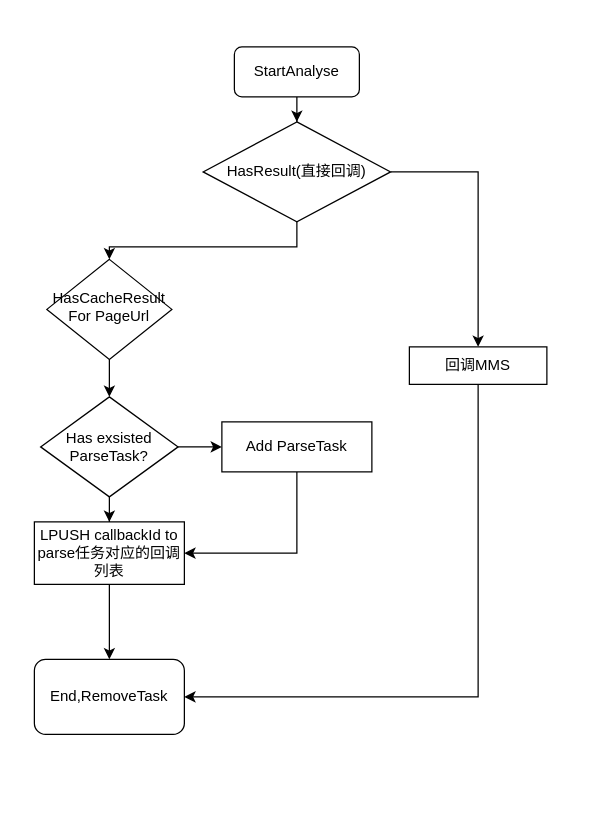
Before: diagrams.net/Untitled Diagram.drawio in huhm/assets, a draw.io diagram. Source tidied: cells renumbered, new cells numbered last; positions are measured from the earlier drawing's top-left corner, leaving out a move shared by most shapes. Both pictures are drawn from the tidied source at 125%, with x=0, y=0 at pixel (34, 46).
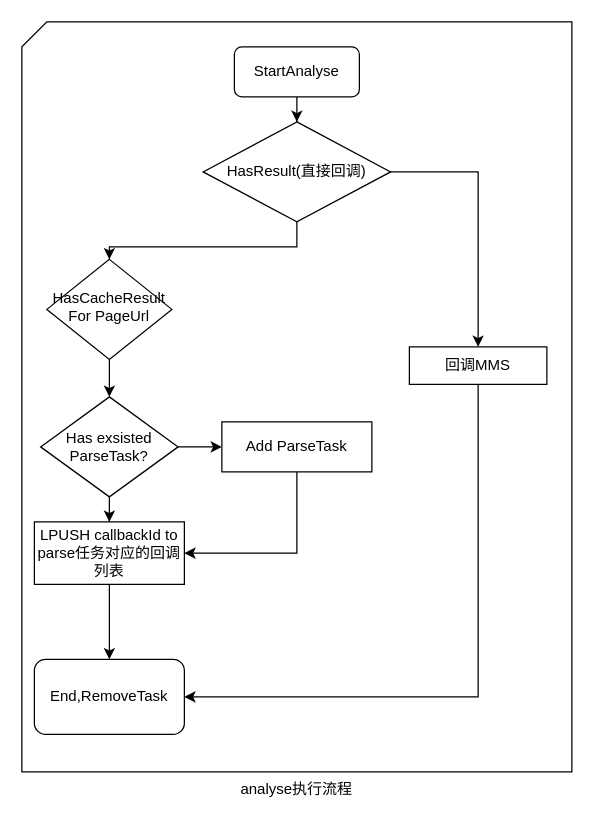
Above is the later version.

Diff of the diagram source:
```diff
@@
+    <mxCell id="19" value="analyse执行流程" style="verticalLabelPosition=bottom;verticalAlign=top;html=1;shape=card;whiteSpace=wrap;size=20;arcSize=12;rounded=0;" parent="1" vertex="1">
+      <mxGeometry x="-10" y="-20" width="440" height="600" as="geometry" />
+    </mxCell>
```
